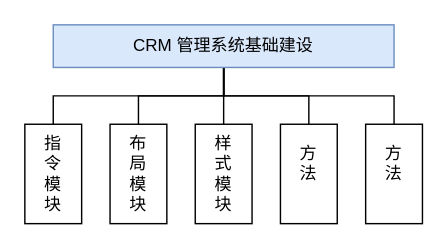
Above: 毕业设计/CRM 管理系统.drawio in bosombaby/draw-store (draw.io), before the change. Source tidied: cells renumbered, new cells numbered last; positions are measured from the earlier drawing's top-left corner, leaving out a move shared by most shapes. Both pictures are drawn from the tidied source at 142%, with x=0, y=0 at pixel (24, 24).
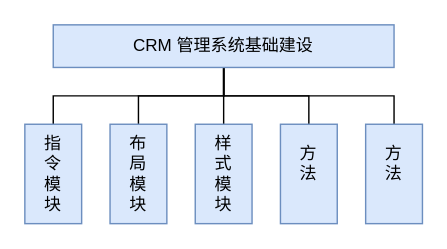
After the change.

Commit message (it also covers changes not shown here):
更新CRM 管理系统.drawio

Change to the diagram source:
```diff
@@
 <mxGraphModel>
   <root>
     <mxCell id="0" />
     <mxCell id="1" parent="0" />
     <mxCell id="2" style="edgeStyle=orthogonalEdgeStyle;rounded=0;jettySize=auto;html=1;exitX=0.5;exitY=1;exitDx=0;exitDy=0;endArrow=none;endFill=0;" parent="1" edge="1" source="7" target="8">
       <mxGeometry relative="1" as="geometry" />
     </mxCell>
     <mxCell id="3" style="edgeStyle=orthogonalEdgeStyle;rounded=0;jettySize=auto;html=1;exitX=0.5;exitY=1;exitDx=0;exitDy=0;strokeColor=default;align=center;verticalAlign=middle;fontFamily=Helvetica;fontSize=11;fontColor=default;labelBackgroundColor=default;endArrow=none;endFill=0;" parent="1" edge="1" source="7" target="9">
       <mxGeometry relative="1" as="geometry" />
     </mxCell>
     <mxCell id="4" style="edgeStyle=orthogonalEdgeStyle;rounded=0;jettySize=auto;html=1;exitX=0.5;exitY=1;exitDx=0;exitDy=0;strokeColor=default;align=center;verticalAlign=middle;fontFamily=Helvetica;fontSize=11;fontColor=default;labelBackgroundColor=default;endArrow=none;endFill=0;" parent="1" edge="1" source="7" target="10">
       <mxGeometry relative="1" as="geometry" />
     </mxCell>
     <mxCell id="5" style="edgeStyle=orthogonalEdgeStyle;rounded=0;jettySize=auto;html=1;exitX=0.5;exitY=1;exitDx=0;exitDy=0;strokeColor=default;align=center;verticalAlign=middle;fontFamily=Helvetica;fontSize=11;fontColor=default;labelBackgroundColor=default;endArrow=none;endFill=0;" parent="1" edge="1" source="7" target="11">
       <mxGeometry relative="1" as="geometry" />
     </mxCell>
     <mxCell id="6" style="edgeStyle=orthogonalEdgeStyle;rounded=0;jettySize=auto;html=1;exitX=0.5;exitY=1;exitDx=0;exitDy=0;strokeColor=default;align=center;verticalAlign=middle;fontFamily=Helvetica;fontSize=11;fontColor=default;labelBackgroundColor=default;endArrow=none;endFill=0;" parent="1" edge="1" source="7" target="12">
       <mxGeometry relative="1" as="geometry" />
     </mxCell>
     <mxCell id="7" value="CRM 管理系统基础建设" style="rounded=0;whiteSpace=wrap;html=1;fillColor=#dae8fc;strokeColor=#6c8ebf;" parent="1" vertex="1">
       <mxGeometry x="20" width="240" height="30" as="geometry" />
     </mxCell>
-    <mxCell id="8" value="指&lt;div&gt;令&lt;/div&gt;&lt;div&gt;模&lt;/div&gt;&lt;div&gt;块&lt;/div&gt;" style="rounded=0;whiteSpace=wrap;html=1;" parent="1" vertex="1">
+    <mxCell id="8" value="指&lt;div&gt;令&lt;/div&gt;&lt;div&gt;模&lt;/div&gt;&lt;div&gt;块&lt;/div&gt;" style="rounded=0;whiteSpace=wrap;html=1;fillColor=#dae8fc;strokeColor=#6c8ebf;" parent="1" vertex="1">
       <mxGeometry y="70" width="40" height="70" as="geometry" />
     </mxCell>
-    <mxCell id="9" value="布&lt;div&gt;局&lt;/div&gt;&lt;div&gt;模&lt;/div&gt;&lt;div&gt;块&lt;/div&gt;" style="rounded=0;whiteSpace=wrap;html=1;" parent="1" vertex="1">
+    <mxCell id="9" value="布&lt;div&gt;局&lt;/div&gt;&lt;div&gt;模&lt;/div&gt;&lt;div&gt;块&lt;/div&gt;" style="rounded=0;whiteSpace=wrap;html=1;fillColor=#dae8fc;strokeColor=#6c8ebf;" parent="1" vertex="1">
       <mxGeometry x="60" y="70" width="40" height="70" as="geometry" />
     </mxCell>
-    <mxCell id="10" value="样&lt;div&gt;式&lt;/div&gt;&lt;div&gt;模&lt;/div&gt;&lt;div&gt;块&lt;/div&gt;" style="rounded=0;whiteSpace=wrap;html=1;" parent="1" vertex="1">
+    <mxCell id="10" value="样&lt;div&gt;式&lt;/div&gt;&lt;div&gt;模&lt;/div&gt;&lt;div&gt;块&lt;/div&gt;" style="rounded=0;whiteSpace=wrap;html=1;fillColor=#dae8fc;strokeColor=#6c8ebf;" parent="1" vertex="1">
       <mxGeometry x="120" y="70" width="40" height="70" as="geometry" />
     </mxCell>
-    <mxCell id="11" value="方&lt;div&gt;法&lt;/div&gt;&lt;div&gt;&lt;br&gt;&lt;/div&gt;" style="rounded=0;whiteSpace=wrap;html=1;" parent="1" vertex="1">
+    <mxCell id="11" value="方&lt;div&gt;法&lt;/div&gt;&lt;div&gt;&lt;br&gt;&lt;/div&gt;" style="rounded=0;whiteSpace=wrap;html=1;fillColor=#dae8fc;strokeColor=#6c8ebf;" parent="1" vertex="1">
       <mxGeometry x="180" y="70" width="40" height="70" as="geometry" />
     </mxCell>
-    <mxCell id="12" value="方&lt;div&gt;法&lt;/div&gt;&lt;div&gt;&lt;br&gt;&lt;/div&gt;" style="rounded=0;whiteSpace=wrap;html=1;" parent="1" vertex="1">
+    <mxCell id="12" value="方&lt;div&gt;法&lt;/div&gt;&lt;div&gt;&lt;br&gt;&lt;/div&gt;" style="rounded=0;whiteSpace=wrap;html=1;fillColor=#dae8fc;strokeColor=#6c8ebf;" parent="1" vertex="1">
       <mxGeometry x="240" y="70" width="40" height="70" as="geometry" />
     </mxCell>
   </root>
 </mxGraphModel>
```
